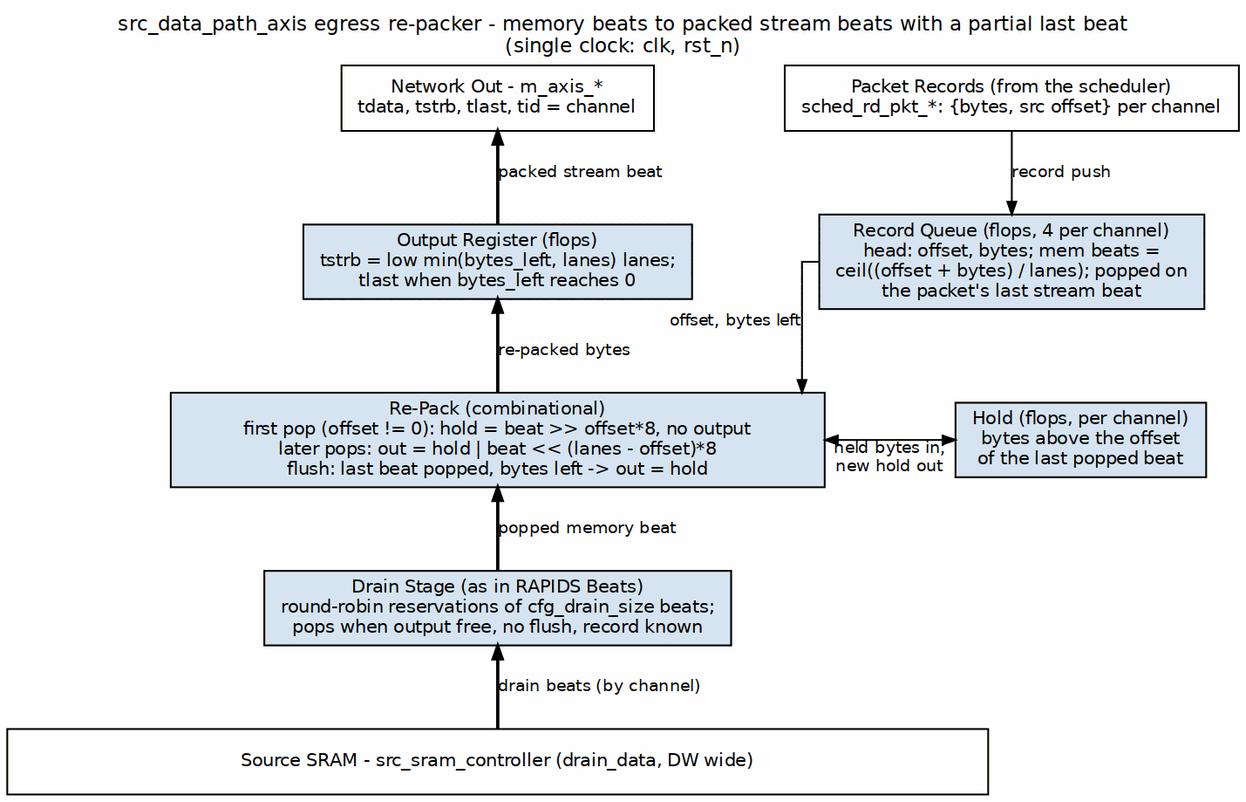
The Graphviz diagram projects/components/dma-ip/rapids/docs/rapids_mas/assets/graphviz/02_egress_shifter.png in sean-galloway/RTLDesignSherpa, before a commit. Its source is kept beside it as projects/components/dma-ip/rapids/docs/rapids_mas/assets/graphviz/02_egress_shifter.dot. Its diagram source:
```dot
digraph egress_shifter {
    graph [rankdir=TB, bgcolor="white", fontname="Helvetica", fontsize=11,
           nodesep="0.50", ranksep="0.50", splines=ortho,
           label="src_data_path_axis egress re-packer - memory beats to packed stream beats with a partial last beat\n(single clock: clk, rst_n)",
           labelloc=t, labeljust=c];
    node  [fontname="Helvetica", fontsize=10, shape=box, style=filled,
           fillcolor="#D6E4F0", color="black", margin="0.12,0.06"];
    edge  [fontname="Helvetica", fontsize=9, color="black", arrowsize=0.7];

    axis  [label="Network Out - m_axis_*\ntdata, tstrb, tlast, tid = channel", fillcolor="white", group=C];
    rec   [label="Packet Records (from the scheduler)\nsched_rd_pkt_*: {bytes, src offset} per channel", fillcolor="white", group=R];
    outr  [label="Output Register (flops)\ntstrb = low min(bytes_left, lanes) lanes;\ntlast when bytes_left reaches 0", group=C];
    pq    [label="Record Queue (flops, 4 per channel)\nhead: offset, bytes; mem beats =\nceil((offset + bytes) / lanes); popped on\nthe packet's last stream beat", group=R];
    form  [label="Re-Pack (combinational)\nfirst pop (offset != 0): hold = beat >> offset*8, no output\nlater pops: out = hold | beat << (lanes - offset)*8\nflush: last beat popped, bytes left -> out = hold", width=5.0, group=C];
    hold  [label="Hold (flops, per channel)\nbytes above the offset\nof the last popped beat", group=L];
    drain [label="Drain Stage (as in RAPIDS Beats)\nround-robin reservations of cfg_drain_size beats;\npops when output free, no flush, record known", group=C];
    bar   [label="Source SRAM - src_sram_controller (drain_data, DW wide)", fillcolor="white", width=7.5, group=C];

    rec   -> pq    [label="record push"];
    axis  -> outr  [dir=back, label="packed stream beat", penwidth=1.8];
    outr  -> form  [dir=back, label="re-packed bytes", penwidth=1.8];
    pq    -> form  [xlabel="offset, bytes left"];
    form  -> hold  [dir=both, xlabel="held bytes in;\nnew hold out"];
    form  -> drain [dir=back, label="popped memory beat", penwidth=1.8];
    drain -> bar   [dir=back, label="drain beats (by channel)", penwidth=1.8];

    { rank=same; axis; rec; }
    axis -> rec [style=invis];
    { rank=same; form; hold; }
}
```
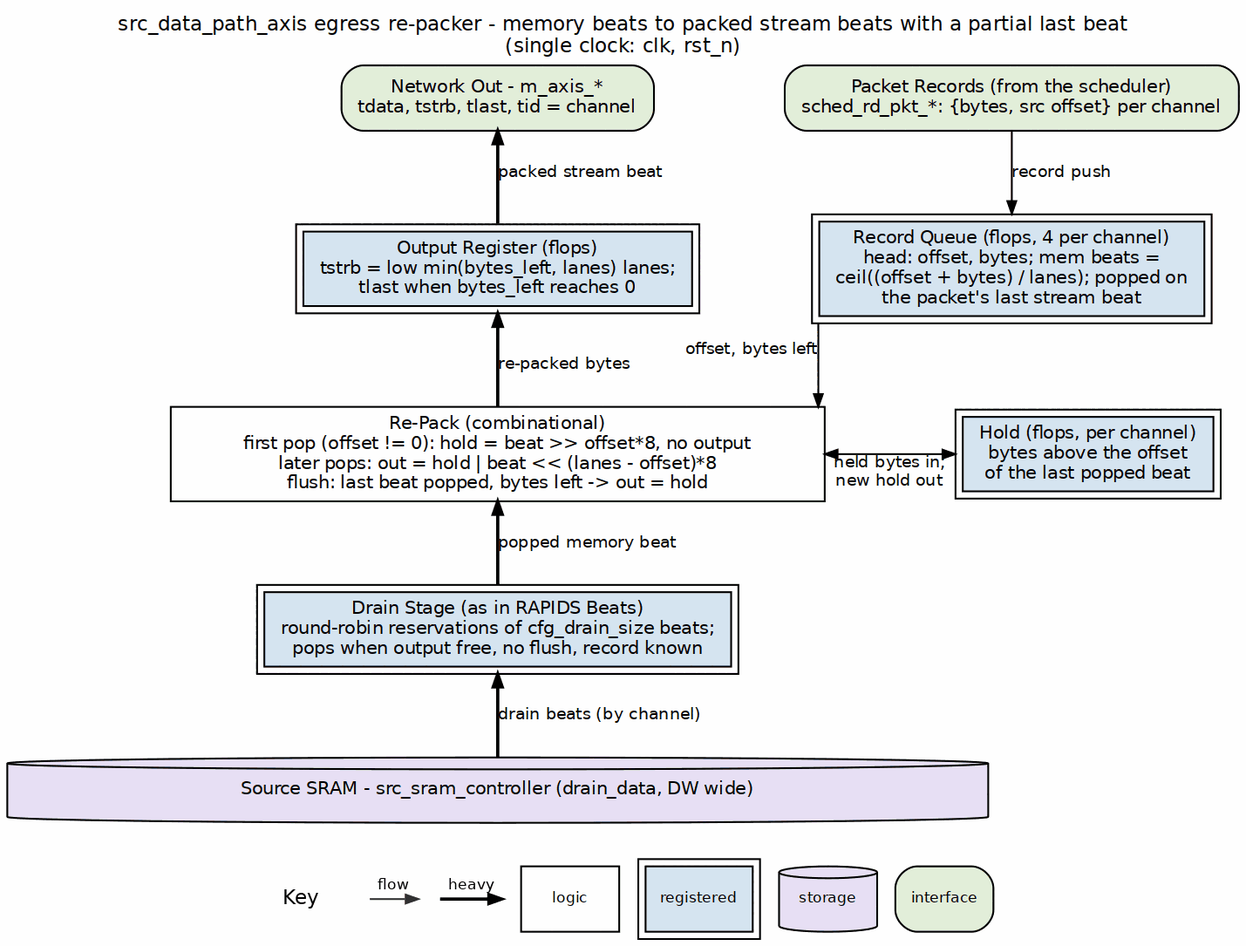
Later version of the same file.

The edit, as a diff of the source:
```diff
@@ -4,17 +4,17 @@
            label="src_data_path_axis egress re-packer - memory beats to packed stream beats with a partial last beat\n(single clock: clk, rst_n)",
            labelloc=t, labeljust=c];
     node  [fontname="Helvetica", fontsize=10, shape=box, style=filled,
-           fillcolor="#D6E4F0", color="black", margin="0.12,0.06"];
+           fillcolor="white", color="black", margin="0.12,0.06"];
     edge  [fontname="Helvetica", fontsize=9, color="black", arrowsize=0.7];
 
-    axis  [label="Network Out - m_axis_*\ntdata, tstrb, tlast, tid = channel", fillcolor="white", group=C];
-    rec   [label="Packet Records (from the scheduler)\nsched_rd_pkt_*: {bytes, src offset} per channel", fillcolor="white", group=R];
-    outr  [label="Output Register (flops)\ntstrb = low min(bytes_left, lanes) lanes;\ntlast when bytes_left reaches 0", group=C];
-    pq    [label="Record Queue (flops, 4 per channel)\nhead: offset, bytes; mem beats =\nceil((offset + bytes) / lanes); popped on\nthe packet's last stream beat", group=R];
-    form  [label="Re-Pack (combinational)\nfirst pop (offset != 0): hold = beat >> offset*8, no output\nlater pops: out = hold | beat << (lanes - offset)*8\nflush: last beat popped, bytes left -> out = hold", width=5.0, group=C];
-    hold  [label="Hold (flops, per channel)\nbytes above the offset\nof the last popped beat", group=L];
-    drain [label="Drain Stage (as in RAPIDS Beats)\nround-robin reservations of cfg_drain_size beats;\npops when output free, no flush, record known", group=C];
-    bar   [label="Source SRAM - src_sram_controller (drain_data, DW wide)", fillcolor="white", width=7.5, group=C];
+    axis  [label="Network Out - m_axis_*\ntdata, tstrb, tlast, tid = channel", fillcolor="white", group=C, style="rounded,filled", fillcolor="#E2EFDA"];
+    rec   [label="Packet Records (from the scheduler)\nsched_rd_pkt_*: {bytes, src offset} per channel", fillcolor="white", group=R, style="rounded,filled", fillcolor="#E2EFDA"];
+    outr  [label="Output Register (flops)\ntstrb = low min(bytes_left, lanes) lanes;\ntlast when bytes_left reaches 0", group=C, peripheries=2, style="filled", fillcolor="#D6E4F0"];
+    pq    [label="Record Queue (flops, 4 per channel)\nhead: offset, bytes; mem beats =\nceil((offset + bytes) / lanes); popped on\nthe packet's last stream beat", group=R, peripheries=2, style="filled", fillcolor="#D6E4F0"];
+    form  [label="Re-Pack (combinational)\nfirst pop (offset != 0): hold = beat >> offset*8, no output\nlater pops: out = hold | beat << (lanes - offset)*8\nflush: last beat popped, bytes left -> out = hold", width=5.0, group=C, style="filled", fillcolor="white"];
+    hold  [label="Hold (flops, per channel)\nbytes above the offset\nof the last popped beat", group=L, peripheries=2, style="filled", fillcolor="#D6E4F0"];
+    drain [label="Drain Stage (as in RAPIDS Beats)\nround-robin reservations of cfg_drain_size beats;\npops when output free, no flush, record known", group=C, peripheries=2, style="filled", fillcolor="#D6E4F0"];
+    bar   [label="Source SRAM - src_sram_controller (drain_data, DW wide)", fillcolor="white", width=7.5, group=C, shape=cylinder, style="filled", fillcolor="#E8DFF5"];
 
     rec   -> pq    [label="record push"];
     axis  -> outr  [dir=back, label="packed stream beat", penwidth=1.8];
```
